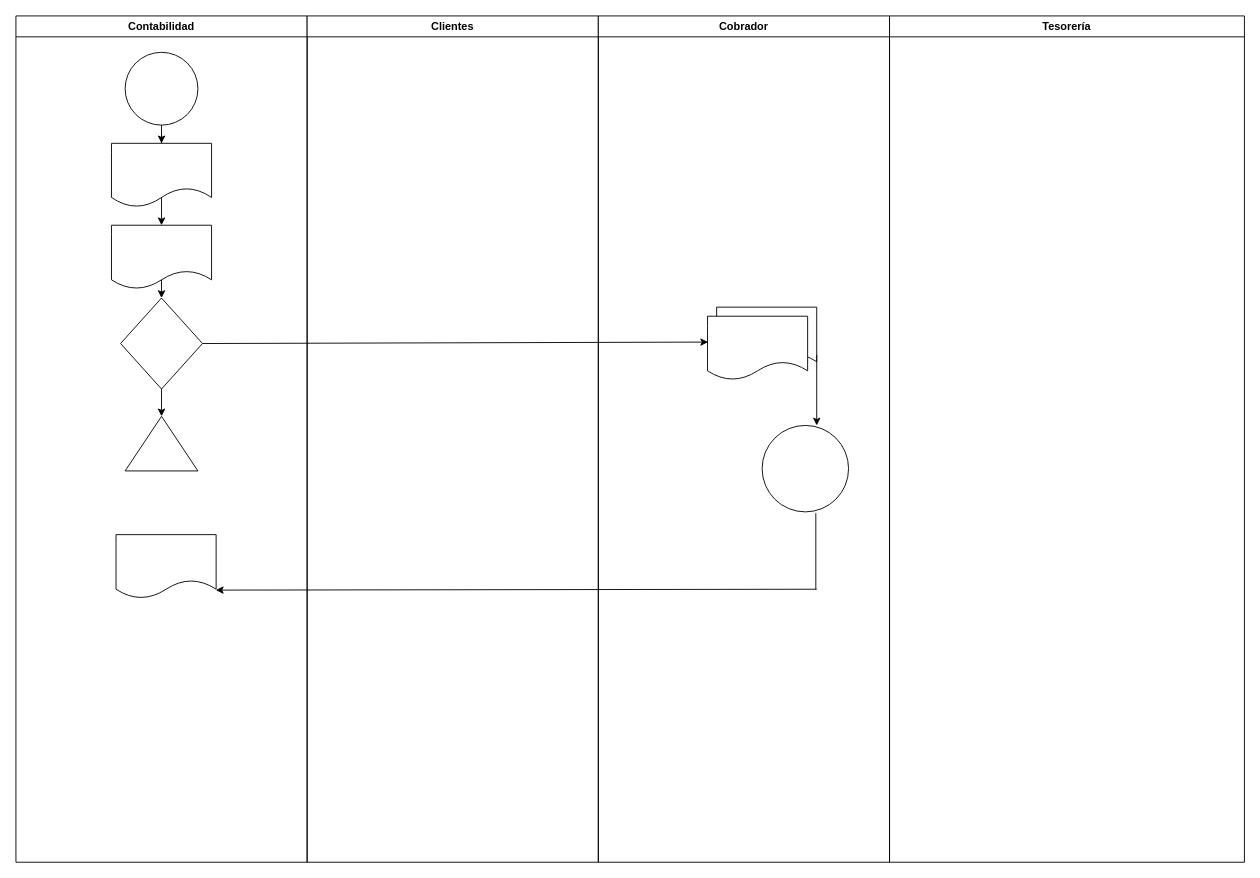
The draw.io diagram Diagrama sin título.drawio in Dinamo0908/Arduino, before the edit. Source tidied: cells renumbered, new cells numbered last; positions are measured from the earlier drawing's top-left corner, leaving out a move shared by most shapes. Both pictures are drawn from the tidied source at 91%, with x=0, y=0 at pixel (15, 15).
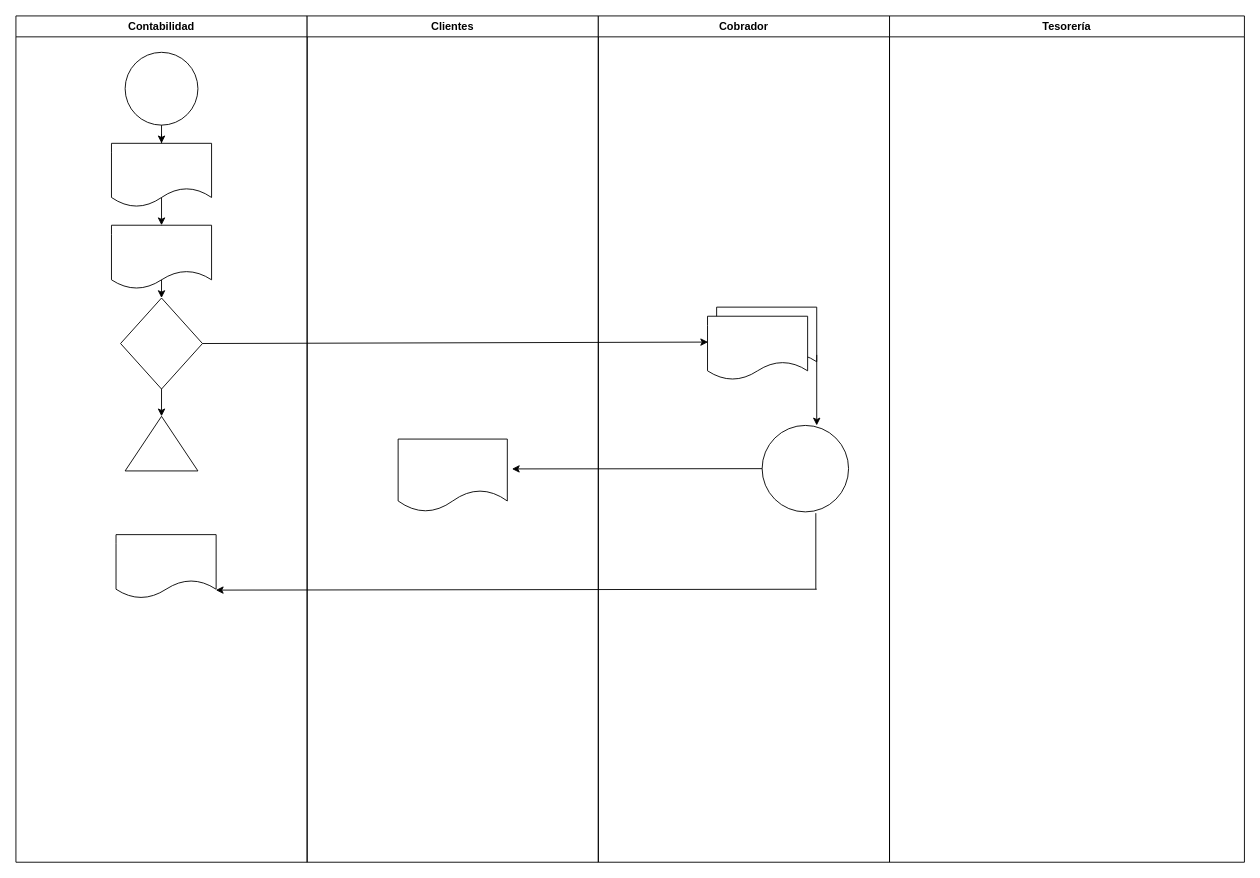
The same page after the edit.

Unchanged cells that the change refers to:
```xml
<mxCell id="14" value="Clientes" style="swimlane;whiteSpace=wrap;html=1;" parent="1" vertex="1">
  <mxGeometry x="320" width="320" height="930" as="geometry" />
</mxCell>
<mxCell id="18" style="ellipse;whiteSpace=wrap;html=1;" parent="15" vertex="1">
  <mxGeometry x="180" y="450" width="95" height="95" as="geometry" />
</mxCell>
```

What changed in the source:
```diff
@@
+    <mxCell id="23" style="shape=document;whiteSpace=wrap;html=1;boundedLbl=1;" parent="14" vertex="1">
+      <mxGeometry x="100" y="465" width="120" height="80" as="geometry" />
+    </mxCell>
@@
+    <mxCell id="24" style="endArrow=classic;html=1;rounded=0;exitX=0;exitY=0.5;exitDx=0;exitDy=0;entryX=1.042;entryY=0.41;entryDx=0;entryDy=0;entryPerimeter=0;" parent="1" edge="1" source="18" target="23">
+      <mxGeometry relative="1" as="geometry" />
+    </mxCell>
```
